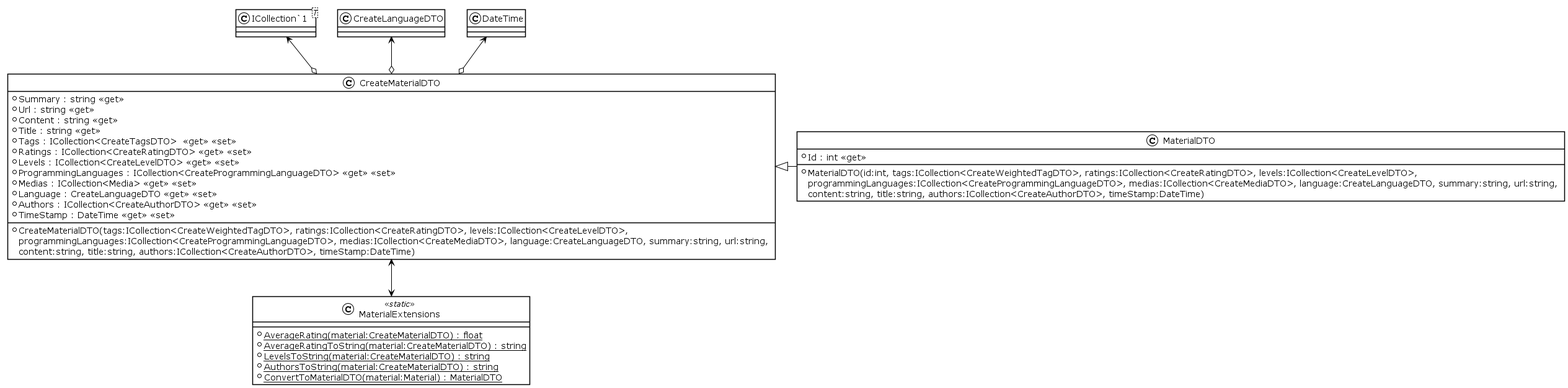
Above: Documentation/UML/Images/MaterialDTO.png in ahja-itu/BDSA2021-FinalProject (PlantUML), before the change.
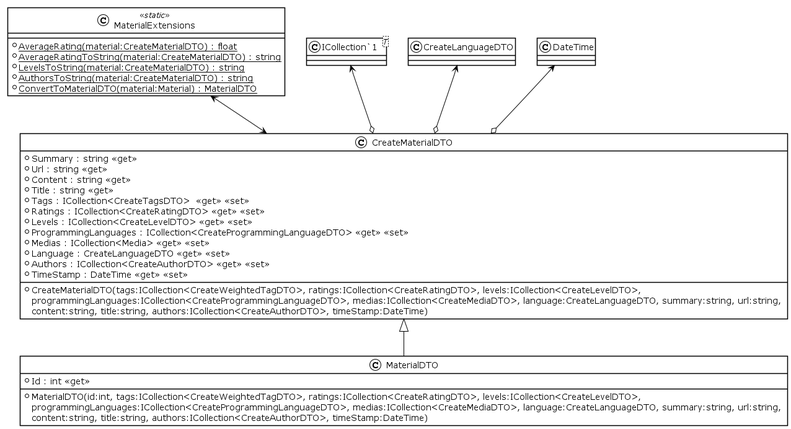
The same diagram one commit later.

The edit, as a diff of the source:
```diff
@@ -30,9 +30,9 @@
 class "ICollection`1"<T> {
 }
 
-CreateMaterialDTO <|- MaterialDTO
+CreateMaterialDTO <|-d- MaterialDTO
 "ICollection`1" <--o CreateMaterialDTO
 CreateLanguageDTO <--o CreateMaterialDTO
 DateTime <--o CreateMaterialDTO
-CreateMaterialDTO <--> MaterialExtensions
+CreateMaterialDTO <-u-> MaterialExtensions
 @enduml
```
